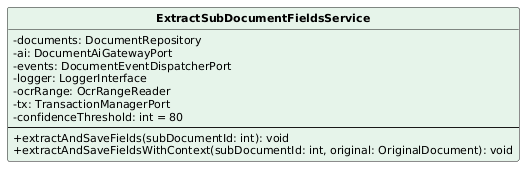
Before: PB/Specifica Tecnica/ImmaginiSpecificaTecnica/ClassiSingole/ExtractSubDocumentFieldsService.png, a diagram exported from PlantUML (aLittleByte-19/Documentazione). Source of this version:
```plantuml
@startuml
skinparam classAttributeIconSize 0
skinparam classFontStyle bold
skinparam classFontSize 13
skinparam classAttributeFontSize 11
skinparam shadowing false
hide circle
class ExtractSubDocumentFieldsService #E6F4EA {
  -documents: DocumentRepository
  -ai: DocumentAiGatewayPort
  -events: DocumentEventDispatcherPort
  -logger: LoggerInterface
  -ocrRange: OcrRangeReader
  -tx: TransactionManagerPort
  -confidenceThreshold: int = 80
  --
  +extractAndSaveFields(subDocumentId: int): void
  +extractAndSaveFieldsWithContext(subDocumentId: int, original: OriginalDocument): void
}
@enduml
```
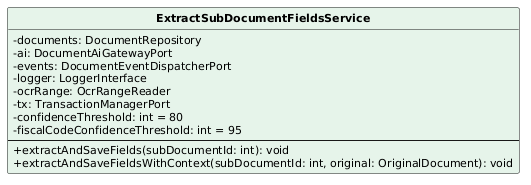
Later version of the same file.

Diff of the diagram source:
```diff
@@ -13,6 +13,7 @@
   -ocrRange: OcrRangeReader
   -tx: TransactionManagerPort
   -confidenceThreshold: int = 80
+  -fiscalCodeConfidenceThreshold: int = 95
   --
   +extractAndSaveFields(subDocumentId: int): void
   +extractAndSaveFieldsWithContext(subDocumentId: int, original: OriginalDocument): void
```
